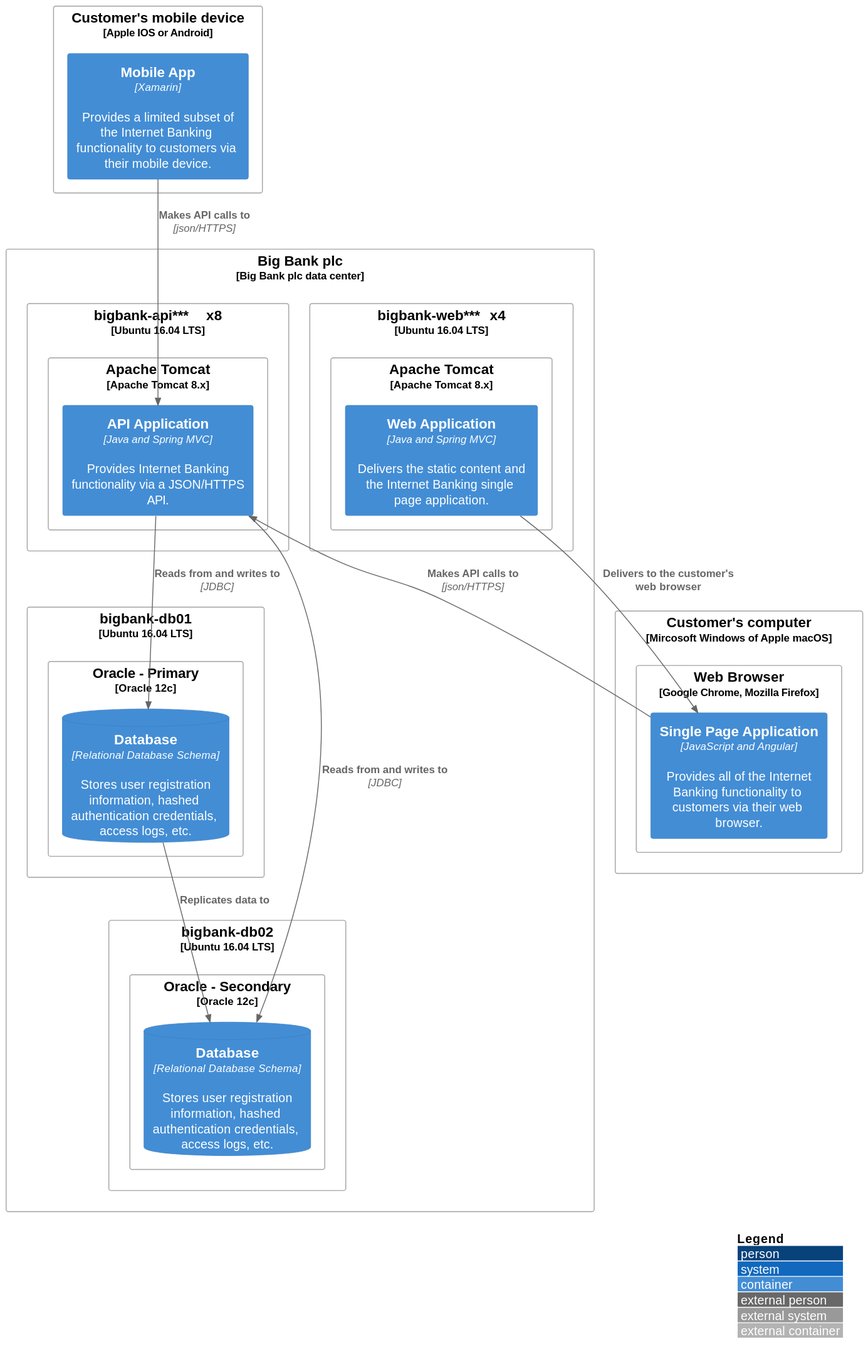
This is docs/2 Current Deployment Diagram/deployment.svg from SilvioAmaral/SolutionAchitecture, a PlantUML export, as it was before one commit. The source it was exported from:
```plantuml
@startuml
!include https://raw.githubusercontent.com/adrianvlupu/C4-PlantUML/latest/C4_Deployment.puml

LAYOUT_WITH_LEGEND()

Deployment_Node(plc, "Big Bank plc", "Big Bank plc data center"){
    Deployment_Node(dn, "bigbank-api***\tx8", "Ubuntu 16.04 LTS"){
        Deployment_Node(apache, "Apache Tomcat", "Apache Tomcat 8.x"){
            Container(api, "API Application", "Java and Spring MVC", "Provides Internet Banking functionality via a JSON/HTTPS API.")
        }
    }
    Deployment_Node(bigbankdb01, "bigbank-db01", "Ubuntu 16.04 LTS"){
        Deployment_Node(oracle, "Oracle - Primary", "Oracle 12c"){
            ContainerDb(db, "Database", "Relational Database Schema", "Stores user registration information, hashed authentication credentials, access logs, etc.")
        }
    }
    Deployment_Node(bigbankdb02, "bigbank-db02", "Ubuntu 16.04 LTS"){
        Deployment_Node(oracle2, "Oracle - Secondary", "Oracle 12c"){
            ContainerDb(db2, "Database", "Relational Database Schema", "Stores user registration information, hashed authentication credentials, access logs, etc.")
        }
    }
    Deployment_Node(bb2, "bigbank-web***\tx4", "Ubuntu 16.04 LTS"){
        Deployment_Node(apache2, "Apache Tomcat", "Apache Tomcat 8.x"){
            Container(web, "Web Application", "Java and Spring MVC", "Delivers the static content and the Internet Banking single page application.")
        }
    }
}

Deployment_Node(mob, "Customer's mobile device", "Apple IOS or Android"){
    Container(mobile, "Mobile App", "Xamarin", "Provides a limited subset of the Internet Banking functionality to customers via their mobile device.")
}

Deployment_Node(comp, "Customer's computer", "Mircosoft Windows of Apple macOS"){
    Deployment_Node(browser, "Web Browser", "Google Chrome, Mozilla Firefox"){
        Container(spa, "Single Page Application", "JavaScript and Angular", "Provides all of the Internet Banking functionality to customers via their web browser.")
    }
}

Rel(mobile, api, "Makes API calls to", "json/HTTPS")
Rel(spa, api, "Makes API calls to", "json/HTTPS")
Rel(web, spa, "Delivers to the customer's web browser")
Rel(api, db, "Reads from and writes to", "JDBC")
Rel(api, db2, "Reads from and writes to", "JDBC")
Rel(db, db2, "Replicates data to")

@enduml
```
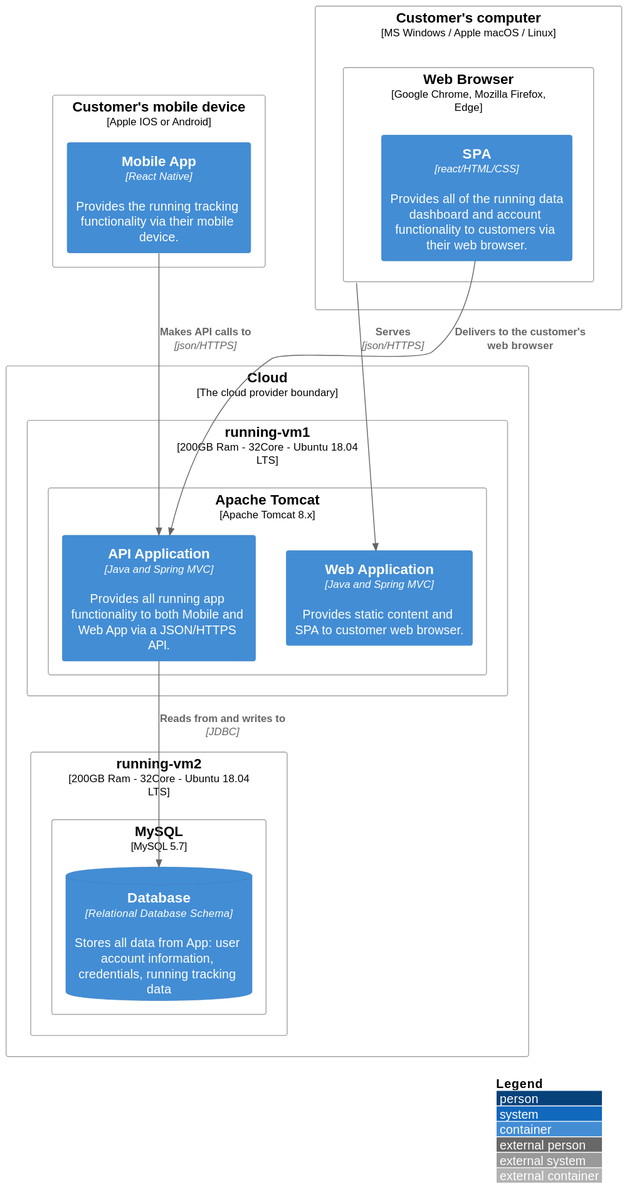
After the commit.

Change to the diagram source:
```diff
@@ -1,46 +1,35 @@
-@startuml
-!include https://raw.githubusercontent.com/adrianvlupu/C4-PlantUML/latest/C4_Deployment.puml
+@startuml deployment
+!include ../../C4-PlantUML/C4_Deployment.puml
 
 LAYOUT_WITH_LEGEND()
 
-Deployment_Node(plc, "Big Bank plc", "Big Bank plc data center"){
-    Deployment_Node(dn, "bigbank-api***\tx8", "Ubuntu 16.04 LTS"){
-        Deployment_Node(apache, "Apache Tomcat", "Apache Tomcat 8.x"){
-            Container(api, "API Application", "Java and Spring MVC", "Provides Internet Banking functionality via a JSON/HTTPS API.")
+Deployment_Node(plc, "Cloud", "The cloud provider boundary"){
+    Deployment_Node(dn, "running-vm1", "200GB Ram - 32Core - Ubuntu 18.04 LTS"){
+        Deployment_Node(apache2, "Apache Tomcat", "Apache Tomcat 8.x"){
+            Container(web, "Web Application", "Java and Spring MVC", "Provides static content and SPA to customer web browser.")
+            Container(api, "API Application", "Java and Spring MVC", "Provides all running app functionality to both Mobile and Web App via a JSON/HTTPS API.")
         }
     }
-    Deployment_Node(bigbankdb01, "bigbank-db01", "Ubuntu 16.04 LTS"){
-        Deployment_Node(oracle, "Oracle - Primary", "Oracle 12c"){
-            ContainerDb(db, "Database", "Relational Database Schema", "Stores user registration information, hashed authentication credentials, access logs, etc.")
-        }
-    }
-    Deployment_Node(bigbankdb02, "bigbank-db02", "Ubuntu 16.04 LTS"){
-        Deployment_Node(oracle2, "Oracle - Secondary", "Oracle 12c"){
-            ContainerDb(db2, "Database", "Relational Database Schema", "Stores user registration information, hashed authentication credentials, access logs, etc.")
-        }
-    }
-    Deployment_Node(bb2, "bigbank-web***\tx4", "Ubuntu 16.04 LTS"){
-        Deployment_Node(apache2, "Apache Tomcat", "Apache Tomcat 8.x"){
-            Container(web, "Web Application", "Java and Spring MVC", "Delivers the static content and the Internet Banking single page application.")
+    Deployment_Node(db01, "running-vm2", "200GB Ram - 32Core - Ubuntu 18.04 LTS"){
+        Deployment_Node(mysql, "MySQL", "MySQL 5.7"){
+            ContainerDb(db, "Database", "Relational Database Schema", "Stores all data from App: user account information, credentials, running tracking data")
         }
     }
 }
 
 Deployment_Node(mob, "Customer's mobile device", "Apple IOS or Android"){
-    Container(mobile, "Mobile App", "Xamarin", "Provides a limited subset of the Internet Banking functionality to customers via their mobile device.")
+    Container(mobile, "Mobile App", "React Native", "Provides the running tracking functionality via their mobile device.")
 }
 
-Deployment_Node(comp, "Customer's computer", "Mircosoft Windows of Apple macOS"){
-    Deployment_Node(browser, "Web Browser", "Google Chrome, Mozilla Firefox"){
-        Container(spa, "Single Page Application", "JavaScript and Angular", "Provides all of the Internet Banking functionality to customers via their web browser.")
+Deployment_Node(comp, "Customer's computer", "MS Windows / Apple macOS / Linux"){
+    Deployment_Node(browser, "Web Browser", "Google Chrome, Mozilla Firefox, Edge"){
+        Container(spa, "SPA", "react/HTML/CSS", "Provides all of the running data dashboard and account functionality to customers via their web browser.")
     }
 }
 
 Rel(mobile, api, "Makes API calls to", "json/HTTPS")
-Rel(spa, api, "Makes API calls to", "json/HTTPS")
-Rel(web, spa, "Delivers to the customer's web browser")
+Rel(spa, api, "Delivers to the customer's web browser")
+Rel(browser, web, "Serves", "json/HTTPS")
 Rel(api, db, "Reads from and writes to", "JDBC")
-Rel(api, db2, "Reads from and writes to", "JDBC")
-Rel(db, db2, "Replicates data to")
 
 @enduml
```
